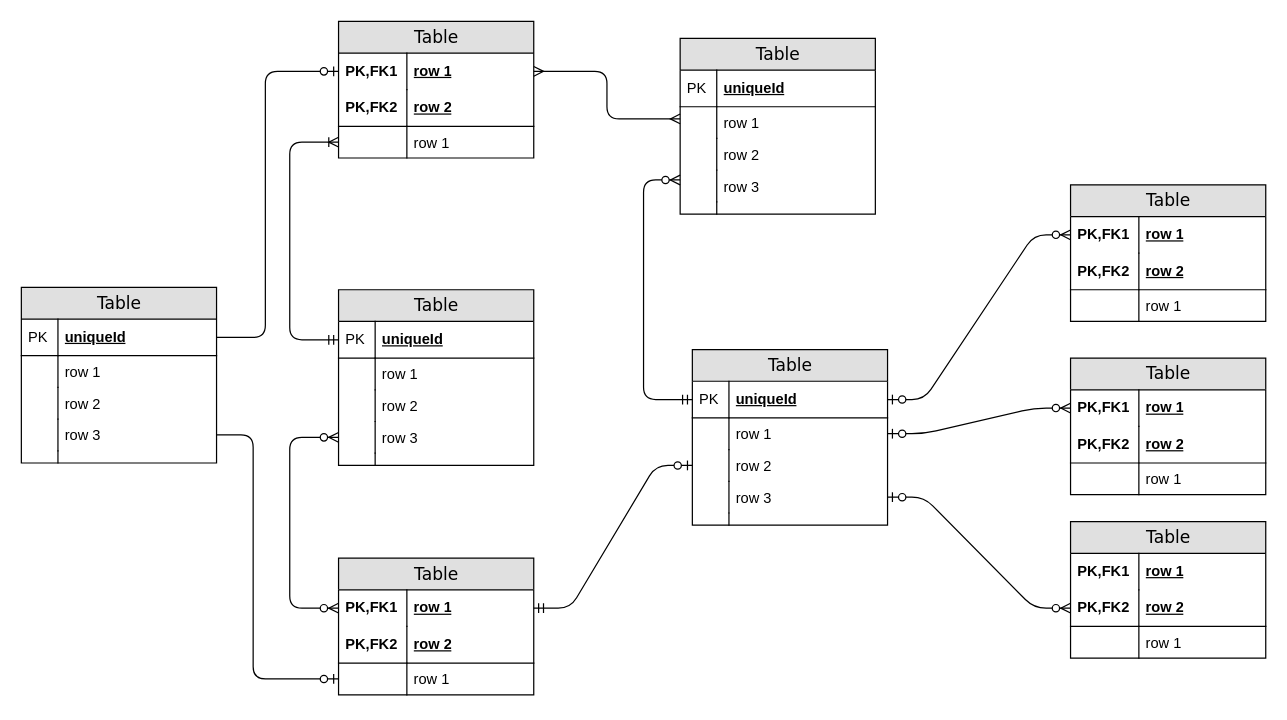
Before: EntityRelationship.drawio in Anne416wu/HumanResourceSystem, a draw.io diagram. Source tidied: cells renumbered, new cells numbered last; positions are measured from the earlier drawing's top-left corner, leaving out a move shared by most shapes. Both pictures are drawn from the tidied source at 122%, with x=0, y=0 at pixel (21, 21).
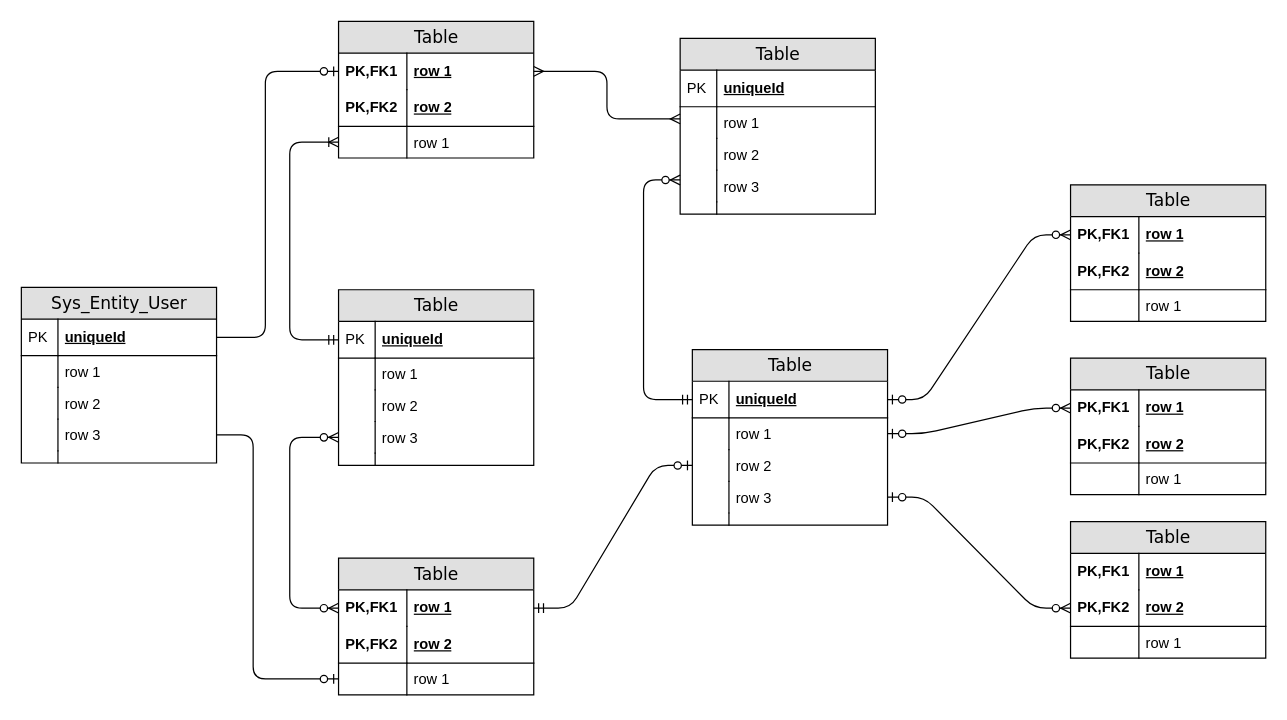
The same page after the edit.

Commit message (it also covers changes not shown here):
更新答辩用图

What changed in the source:
```diff
@@
-    <mxCell id="78" value="Table" style="swimlane;html=1;fontStyle=0;horizontal=1;startSize=26;fillColor=#e0e0e0;swimlaneFillColor=#ffffff;align=center;rounded=0;shadow=0;comic=0;labelBackgroundColor=none;strokeWidth=1;fontFamily=Verdana;fontSize=14;" parent="1" vertex="1">
+    <mxCell id="78" value="Sys_Entity_User" style="swimlane;html=1;fontStyle=0;horizontal=1;startSize=26;fillColor=#e0e0e0;swimlaneFillColor=#ffffff;align=center;rounded=0;shadow=0;comic=0;labelBackgroundColor=none;strokeWidth=1;fontFamily=Verdana;fontSize=14;" parent="1" vertex="1">
       <mxGeometry y="218" width="160" height="144" as="geometry" />
     </mxCell>
```
